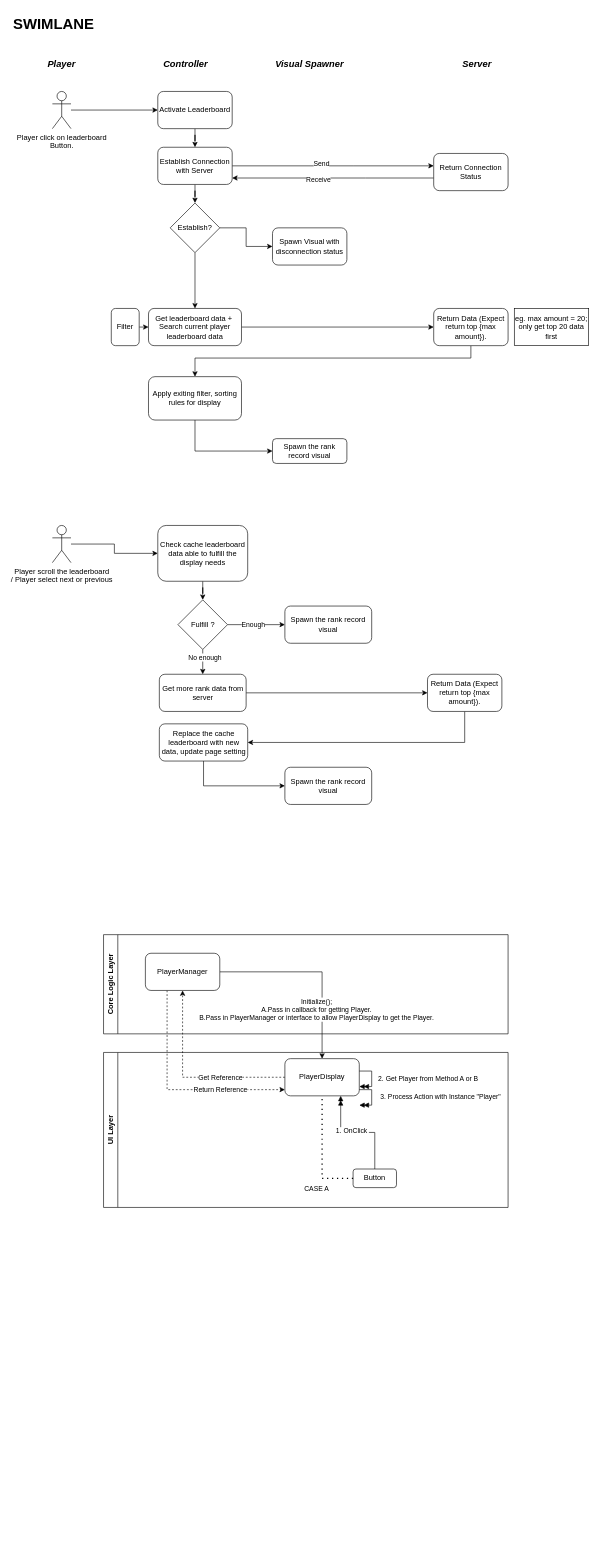
JuenWeiHashcode/GameDocumentation keeps this draw.io diagram as page "DRAFT" (9 of 10) of GameUMLDiagram.drawio. Above is the earlier version. Source tidied: cells renumbered, new cells numbered last; positions are measured from the earlier drawing's top-left corner, leaving out a move shared by most shapes. Both pictures are drawn from the tidied source at 62%, with x=0, y=0 at pixel (12, 11).
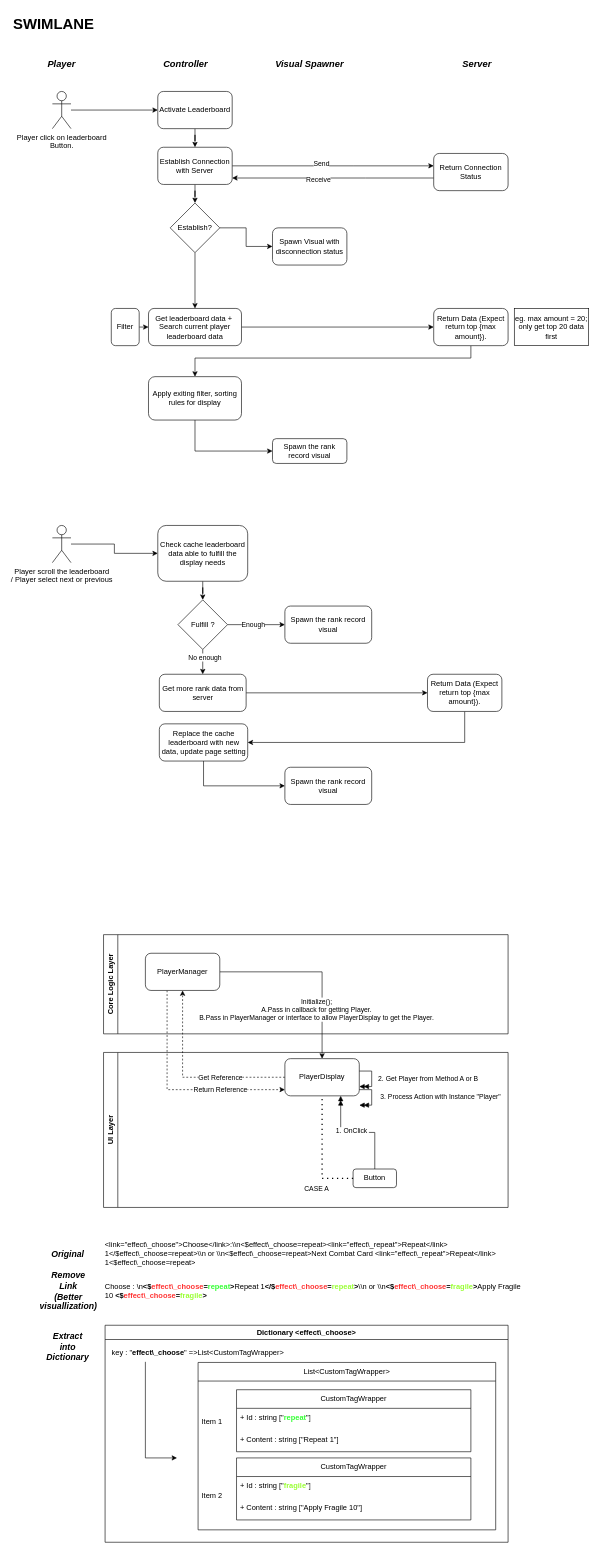
After the change.

The edit, as a diff of the source:
```diff
@@
+    <mxCell id="68" value="&amp;lt;link=&quot;effect\_choose&quot;&amp;gt;Choose&amp;lt;/link&amp;gt;:\\n&amp;lt;$effect\_choose=repeat&amp;gt;&amp;lt;link=&quot;effect\_repeat&quot;&amp;gt;Repeat&amp;lt;/link&amp;gt; 1&amp;lt;/$effect\_choose=repeat&amp;gt;\\n or \\n&amp;lt;$effect\_choose=repeat&amp;gt;Next Combat Card &amp;lt;link=&quot;effect\_repeat&quot;&amp;gt;Repeat&amp;lt;/link&amp;gt; 1&amp;lt;$effect\_choose=repeat&amp;gt;" style="text;html=1;whiteSpace=wrap;strokeColor=none;fillColor=none;align=left;verticalAlign=middle;rounded=0;" parent="1" vertex="1">
+      <mxGeometry x="147.5" y="1980" width="685" height="50" as="geometry" />
+    </mxCell>
+    <mxCell id="69" value="&lt;b&gt;&lt;i&gt;&lt;font style=&quot;font-size: 14px;&quot;&gt;Original&lt;/font&gt;&lt;/i&gt;&lt;/b&gt;" style="text;html=1;whiteSpace=wrap;strokeColor=none;fillColor=none;align=center;verticalAlign=middle;rounded=0;" parent="1" vertex="1">
+      <mxGeometry x="60" y="1990" width="60" height="30" as="geometry" />
+    </mxCell>
+    <mxCell id="70" value="&lt;span style=&quot;font-size: 14px;&quot;&gt;&lt;b&gt;&lt;i&gt;Remove&lt;/i&gt;&lt;/b&gt;&lt;/span&gt;&lt;div&gt;&lt;span style=&quot;font-size: 14px;&quot;&gt;&lt;b&gt;&lt;i&gt;Link&lt;/i&gt;&lt;/b&gt;&lt;/span&gt;&lt;/div&gt;&lt;div&gt;&lt;span style=&quot;font-size: 14px;&quot;&gt;&lt;b&gt;&lt;i&gt;(Better visuallization)&lt;/i&gt;&lt;/b&gt;&lt;/span&gt;&lt;/div&gt;" style="text;html=1;whiteSpace=wrap;strokeColor=none;fillColor=none;align=center;verticalAlign=middle;rounded=0;" parent="1" vertex="1">
+      <mxGeometry x="61" y="2050" width="60" height="30" as="geometry" />
+    </mxCell>
+    <mxCell id="71" value="Choose : \n&lt;b&gt;&amp;lt;$&lt;font style=&quot;color: rgb(255, 51, 51);&quot;&gt;&lt;font style=&quot;color: rgb(255, 51, 51);&quot;&gt;effect&lt;/font&gt;\_choose&lt;/font&gt;=&lt;font style=&quot;color: rgb(51, 255, 51);&quot;&gt;repeat&lt;/font&gt;&amp;gt;&lt;/b&gt;Repeat 1&lt;b&gt;&amp;lt;/$&lt;font style=&quot;color: rgb(255, 51, 51);&quot;&gt;&lt;font style=&quot;color: rgb(255, 51, 51);&quot;&gt;effect&lt;/font&gt;\_choose&lt;/font&gt;=&lt;font style=&quot;color: rgb(153, 255, 51);&quot;&gt;repeat&lt;/font&gt;&amp;gt;&lt;/b&gt;\\n or \\n&lt;b&gt;&amp;lt;$&lt;/b&gt;&lt;font style=&quot;font-weight: bold; color: rgb(255, 51, 51);&quot;&gt;&lt;font style=&quot;color: rgb(255, 51, 51);&quot;&gt;effect&lt;/font&gt;\_choose&lt;/font&gt;&lt;b&gt;=&lt;/b&gt;&lt;font color=&quot;#99ff33&quot;&gt;&lt;b&gt;fragile&lt;/b&gt;&lt;/font&gt;&lt;b&gt;&amp;gt;&lt;/b&gt;Apply Fragile 10&amp;nbsp;&lt;b&gt;&amp;lt;$&lt;font style=&quot;color: rgb(255, 51, 51);&quot;&gt;&lt;font style=&quot;color: rgb(255, 51, 51);&quot;&gt;effect&lt;/font&gt;\_choose&lt;/font&gt;=&lt;/b&gt;&lt;b style=&quot;color: rgb(153, 255, 51);&quot;&gt;fragile&lt;/b&gt;&lt;b&gt;&amp;gt;&lt;/b&gt;" style="text;html=1;whiteSpace=wrap;strokeColor=none;fillColor=none;align=left;verticalAlign=middle;rounded=0;" parent="1" vertex="1">
+      <mxGeometry x="147.5" y="2040" width="685" height="50" as="geometry" />
+    </mxCell>
+    <mxCell id="72" value="&lt;span style=&quot;font-size: 14px;&quot;&gt;&lt;b&gt;&lt;i&gt;Extract into Dictionary&lt;/i&gt;&lt;/b&gt;&lt;/span&gt;" style="text;html=1;whiteSpace=wrap;strokeColor=none;fillColor=none;align=center;verticalAlign=middle;rounded=0;" parent="1" vertex="1">
+      <mxGeometry x="60" y="2140" width="60" height="30" as="geometry" />
+    </mxCell>
+    <mxCell id="73" value="Dictionary &amp;lt;effect\_choose&amp;gt;" style="swimlane;whiteSpace=wrap;html=1;" parent="1" vertex="1">
+      <mxGeometry x="150" y="2120" width="650" height="350" as="geometry" />
+    </mxCell>
+    <mxCell id="74" value="key : &quot;&lt;span style=&quot;font-weight: 700; text-align: center;&quot;&gt;effect\_choose&lt;/span&gt;&quot; =&amp;gt;List&amp;lt;CustomTagWrapper&amp;gt;" style="text;strokeColor=none;fillColor=none;align=left;verticalAlign=middle;spacingLeft=4;spacingRight=4;overflow=hidden;whiteSpace=wrap;html=1;" parent="73" vertex="1">
+      <mxGeometry x="5" y="30" width="635" height="30" as="geometry" />
+    </mxCell>
+    <mxCell id="75" value="List&amp;lt;CustomTagWrapper&amp;gt;" style="swimlane;fontStyle=0;horizontal=1;startSize=30;whiteSpace=wrap;html=1;" parent="73" vertex="1">
+      <mxGeometry x="150" y="60" width="480" height="270" as="geometry" />
+    </mxCell>
+    <mxCell id="76" value="Item 1" style="text;strokeColor=none;fillColor=none;align=left;verticalAlign=middle;spacingLeft=4;spacingRight=4;overflow=hidden;whiteSpace=wrap;html=1;" parent="75" vertex="1">
+      <mxGeometry y="30" width="480" height="130" as="geometry" />
+    </mxCell>
+    <mxCell id="77" value="Item 2" style="text;strokeColor=none;fillColor=none;align=left;verticalAlign=middle;spacingLeft=4;spacingRight=4;overflow=hidden;whiteSpace=wrap;html=1;" parent="75" vertex="1">
+      <mxGeometry y="160" width="480" height="110" as="geometry" />
+    </mxCell>
+    <mxCell id="78" value="CustomTagWrapper" style="swimlane;fontStyle=0;horizontal=1;startSize=30;whiteSpace=wrap;html=1;" parent="1" vertex="1">
+      <mxGeometry x="362" y="2224" width="378" height="100" as="geometry" />
+    </mxCell>
+    <mxCell id="79" value="+ Id : string [&quot;&lt;b&gt;&lt;font style=&quot;color: rgb(51, 255, 51);&quot;&gt;repeat&lt;/font&gt;&lt;/b&gt;&quot;]" style="text;strokeColor=none;fillColor=none;align=left;verticalAlign=middle;spacingLeft=4;spacingRight=4;overflow=hidden;whiteSpace=wrap;html=1;" parent="78" vertex="1">
+      <mxGeometry y="30" width="378" height="30" as="geometry" />
+    </mxCell>
+    <mxCell id="80" value="+ Content : string [&quot;Repeat 1&quot;]" style="text;strokeColor=none;fillColor=none;align=left;verticalAlign=middle;spacingLeft=4;spacingRight=4;overflow=hidden;whiteSpace=wrap;html=1;" parent="78" vertex="1">
+      <mxGeometry y="60" width="378" height="40" as="geometry" />
+    </mxCell>
+    <mxCell id="81" value="CustomTagWrapper" style="swimlane;fontStyle=0;horizontal=1;startSize=30;whiteSpace=wrap;html=1;" parent="1" vertex="1">
+      <mxGeometry x="362" y="2334" width="378" height="100" as="geometry" />
+    </mxCell>
+    <mxCell id="82" value="+ Id : string [&quot;&lt;b style=&quot;color: rgb(153, 255, 51);&quot;&gt;fragile&lt;/b&gt;&quot;]" style="text;strokeColor=none;fillColor=none;align=left;verticalAlign=middle;spacingLeft=4;spacingRight=4;overflow=hidden;whiteSpace=wrap;html=1;" parent="81" vertex="1">
+      <mxGeometry y="30" width="378" height="30" as="geometry" />
+    </mxCell>
+    <mxCell id="83" value="+ Content : string [&quot;Apply Fragile 10&quot;]" style="text;strokeColor=none;fillColor=none;align=left;verticalAlign=middle;spacingLeft=4;spacingRight=4;overflow=hidden;whiteSpace=wrap;html=1;" parent="81" vertex="1">
+      <mxGeometry y="60" width="378" height="40" as="geometry" />
+    </mxCell>
+    <mxCell id="84" style="endArrow=classic;html=1;rounded=0;" parent="1" edge="1">
+      <mxGeometry relative="1" as="geometry">
+        <mxPoint x="215" y="2179" as="sourcePoint" />
+        <mxPoint x="266" y="2334" as="targetPoint" />
+        <Array as="points">
+          <mxPoint x="215" y="2334" />
+        </Array>
+      </mxGeometry>
+    </mxCell>
```
